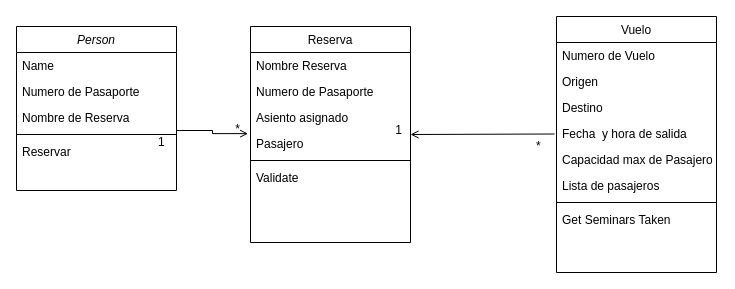
AgustinaFontana/1prueba keeps this draw.io diagram as SistemadeReservasdeVuelos.drawio. Above is the earlier version. Source tidied: cells renumbered, new cells numbered last; positions are measured from the earlier drawing's top-left corner, leaving out a move shared by most shapes. Both pictures are drawn from the tidied source at 100%, with x=0, y=0 at pixel (16, 16).
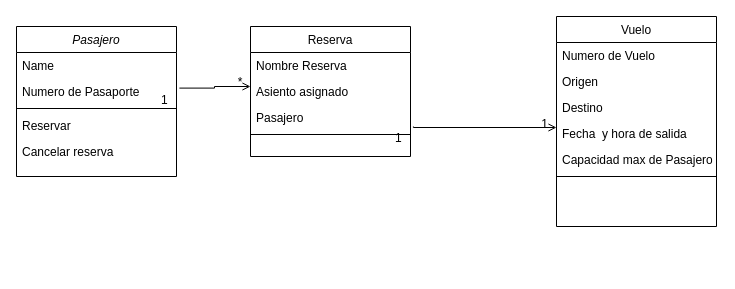
The same page after the edit.

The edit, as a diff of the source:
```diff
@@
-    <mxCell id="2" value="Person" style="swimlane;fontStyle=2;align=center;verticalAlign=top;horizontal=1;startSize=26;rounded=0;shadow=0;strokeWidth=1;" parent="1" vertex="1">
-      <mxGeometry y="10" width="160" height="164" as="geometry" />
+    <mxCell id="2" value="Pasajero" style="swimlane;fontStyle=2;align=center;verticalAlign=top;horizontal=1;startSize=26;rounded=0;shadow=0;strokeWidth=1;" parent="1" vertex="1">
+      <mxGeometry y="10" width="160" height="150" as="geometry" />
     </mxCell>
@@
-    <mxCell id="5" value="Nombre de Reserva" style="text;align=left;verticalAlign=top;spacingLeft=4;spacingRight=4;overflow=hidden;rounded=0;shadow=0;html=0;" parent="2" vertex="1">
-      <mxGeometry y="78" width="160" height="26" as="geometry" />
-    </mxCell>
     <mxCell id="6" style="line;html=1;strokeWidth=1;align=left;verticalAlign=middle;spacingTop=-1;spacingLeft=3;spacingRight=3;labelPosition=right;" parent="2" vertex="1">
-      <mxGeometry y="104" width="160" height="8" as="geometry" />
+      <mxGeometry y="78" width="160" height="8" as="geometry" />
     </mxCell>
     <mxCell id="7" value="Reservar" style="text;align=left;verticalAlign=top;spacingLeft=4;spacingRight=4;overflow=hidden;" parent="2" vertex="1">
-      <mxGeometry y="112" width="160" height="26" as="geometry" />
+      <mxGeometry y="86" width="160" height="26" as="geometry" />
     </mxCell>
+    <mxCell id="30" value="Cancelar reserva" style="text;align=left;verticalAlign=top;spacingLeft=4;spacingRight=4;overflow=hidden;" parent="2" vertex="1">
+      <mxGeometry y="112" width="160" height="26" as="geometry" />
+    </mxCell>
     <mxCell id="8" value="Vuelo" style="swimlane;fontStyle=0;align=center;verticalAlign=top;horizontal=1;startSize=26;rounded=0;shadow=0;strokeWidth=1;" parent="1" vertex="1">
-      <mxGeometry x="540" width="160" height="256" as="geometry" />
+      <mxGeometry x="540" width="160" height="210" as="geometry" />
     </mxCell>
@@
-    <mxCell id="14" value="Lista de pasajeros" style="text;align=left;verticalAlign=top;spacingLeft=4;spacingRight=4;overflow=hidden;rounded=0;shadow=0;html=0;" parent="8" vertex="1">
-      <mxGeometry y="156" width="160" height="26" as="geometry" />
-    </mxCell>
     <mxCell id="15" style="line;html=1;strokeWidth=1;align=left;verticalAlign=middle;spacingTop=-1;spacingLeft=3;spacingRight=3;labelPosition=right;" parent="8" vertex="1">
-      <mxGeometry y="182" width="160" height="8" as="geometry" />
+      <mxGeometry y="156" width="160" height="8" as="geometry" />
     </mxCell>
-    <mxCell id="16" value="Get Seminars Taken" style="text;align=left;verticalAlign=top;spacingLeft=4;spacingRight=4;overflow=hidden;" parent="8" vertex="1">
-      <mxGeometry y="190" width="160" height="66" as="geometry" />
-    </mxCell>
     <mxCell id="17" value="Reserva" style="swimlane;fontStyle=0;align=center;verticalAlign=top;horizontal=1;startSize=26;rounded=0;shadow=0;strokeWidth=1;" parent="1" vertex="1">
-      <mxGeometry x="234" y="10" width="160" height="216" as="geometry" />
+      <mxGeometry x="234" y="10" width="160" height="130" as="geometry" />
     </mxCell>
@@
-    <mxCell id="19" value="Numero de Pasaporte" style="text;align=left;verticalAlign=top;spacingLeft=4;spacingRight=4;overflow=hidden;rounded=0;shadow=0;html=0;" parent="17" vertex="1">
-      <mxGeometry y="52" width="160" height="26" as="geometry" />
-    </mxCell>
     <mxCell id="20" value="Asiento asignado" style="text;align=left;verticalAlign=top;spacingLeft=4;spacingRight=4;overflow=hidden;rounded=0;shadow=0;html=0;" parent="17" vertex="1">
-      <mxGeometry y="78" width="160" height="26" as="geometry" />
+      <mxGeometry y="52" width="160" height="26" as="geometry" />
     </mxCell>
+    <mxCell id="24" value="Pasajero" style="text;align=left;verticalAlign=top;spacingLeft=4;spacingRight=4;overflow=hidden;points=[[0,0.5],[1,0.5]];portConstraint=eastwest;rounded=0;shadow=0;html=0;" parent="17" vertex="1">
+      <mxGeometry y="78" width="160" height="26" as="geometry" />
+    </mxCell>
+    <mxCell id="25" style="line;html=1;strokeWidth=1;align=left;verticalAlign=middle;spacingTop=-1;spacingLeft=3;spacingRight=3;labelPosition=right;" parent="17" vertex="1">
+      <mxGeometry y="104" width="160" height="8" as="geometry" />
+    </mxCell>
+    <mxCell id="27" style="endArrow=open;shadow=0;strokeWidth=1;rounded=0;endFill=1;edgeStyle=elbowEdgeStyle;elbow=vertical;entryX=-0.018;entryY=0.975;entryDx=0;entryDy=0;entryPerimeter=0;" parent="1" edge="1">
+      <mxGeometry x="0.5" y="41" relative="1" as="geometry">
+        <mxPoint x="396.9" y="110" as="sourcePoint" />
+        <mxPoint x="540" y="111.9" as="targetPoint" />
+        <mxPoint x="-40" y="32" as="offset" />
+      </mxGeometry>
+    </mxCell>
+    <mxCell id="28" value="1" style="align=left;verticalAlign=bottom;labelBackgroundColor=none;fontSize=12;" parent="27" vertex="1">
+      <mxGeometry x="-1" relative="1" as="geometry">
+        <mxPoint x="-20" y="20" as="offset" />
+      </mxGeometry>
+    </mxCell>
+    <mxCell id="29" value="1" style="align=right;verticalAlign=bottom;labelBackgroundColor=none;fontSize=12;" parent="27" vertex="1">
+      <mxGeometry x="1" relative="1" as="geometry">
+        <mxPoint x="-7" y="4" as="offset" />
+      </mxGeometry>
+    </mxCell>
-    <mxCell id="21" style="endArrow=open;shadow=0;strokeWidth=1;rounded=0;endFill=1;edgeStyle=elbowEdgeStyle;elbow=horizontal;entryX=-0.015;entryY=0.12;entryDx=0;entryDy=0;entryPerimeter=0;" parent="17" edge="1" target="24">
+    <mxCell id="21" style="endArrow=open;shadow=0;strokeWidth=1;rounded=0;endFill=1;edgeStyle=elbowEdgeStyle;elbow=horizontal;entryX=-0.015;entryY=0.12;entryDx=0;entryDy=0;entryPerimeter=0;exitX=1.003;exitY=-0.128;exitDx=0;exitDy=0;exitPerimeter=0;" parent="1" edge="1">
       <mxGeometry x="0.5" y="41" relative="1" as="geometry">
-        <mxPoint x="-74" y="104" as="sourcePoint" />
+        <mxPoint x="162.9" y="71.6" as="sourcePoint" />
+        <mxPoint x="234" y="70" as="targetPoint" />
         <mxPoint x="-40" y="32" as="offset" />
       </mxGeometry>
     </mxCell>
@@
-    <mxCell id="24" value="Pasajero" style="text;align=left;verticalAlign=top;spacingLeft=4;spacingRight=4;overflow=hidden;points=[[0,0.5],[1,0.5]];portConstraint=eastwest;rounded=0;shadow=0;html=0;" parent="17" vertex="1">
-      <mxGeometry y="104" width="160" height="26" as="geometry" />
-    </mxCell>
-    <mxCell id="25" style="line;html=1;strokeWidth=1;align=left;verticalAlign=middle;spacingTop=-1;spacingLeft=3;spacingRight=3;labelPosition=right;" parent="17" vertex="1">
-      <mxGeometry y="130" width="160" height="8" as="geometry" />
-    </mxCell>
-    <mxCell id="26" value="Validate" style="text;align=left;verticalAlign=top;spacingLeft=4;spacingRight=4;overflow=hidden;" parent="17" vertex="1">
-      <mxGeometry y="138" width="160" height="26" as="geometry" />
-    </mxCell>
-    <mxCell id="27" style="endArrow=open;shadow=0;strokeWidth=1;rounded=0;endFill=1;edgeStyle=elbowEdgeStyle;elbow=vertical;" parent="1" edge="1">
-      <mxGeometry x="0.5" y="41" relative="1" as="geometry">
-        <mxPoint x="538" y="117.5" as="sourcePoint" />
-        <mxPoint x="394" y="117.5" as="targetPoint" />
-        <mxPoint x="-40" y="32" as="offset" />
-      </mxGeometry>
-    </mxCell>
-    <mxCell id="28" value="*" style="align=left;verticalAlign=bottom;labelBackgroundColor=none;fontSize=12;" parent="27" vertex="1">
-      <mxGeometry x="-1" relative="1" as="geometry">
-        <mxPoint x="-20" y="20" as="offset" />
-      </mxGeometry>
-    </mxCell>
-    <mxCell id="29" value="1" style="align=right;verticalAlign=bottom;labelBackgroundColor=none;fontSize=12;" parent="27" vertex="1">
-      <mxGeometry x="1" relative="1" as="geometry">
-        <mxPoint x="-7" y="4" as="offset" />
-      </mxGeometry>
-    </mxCell>
```
